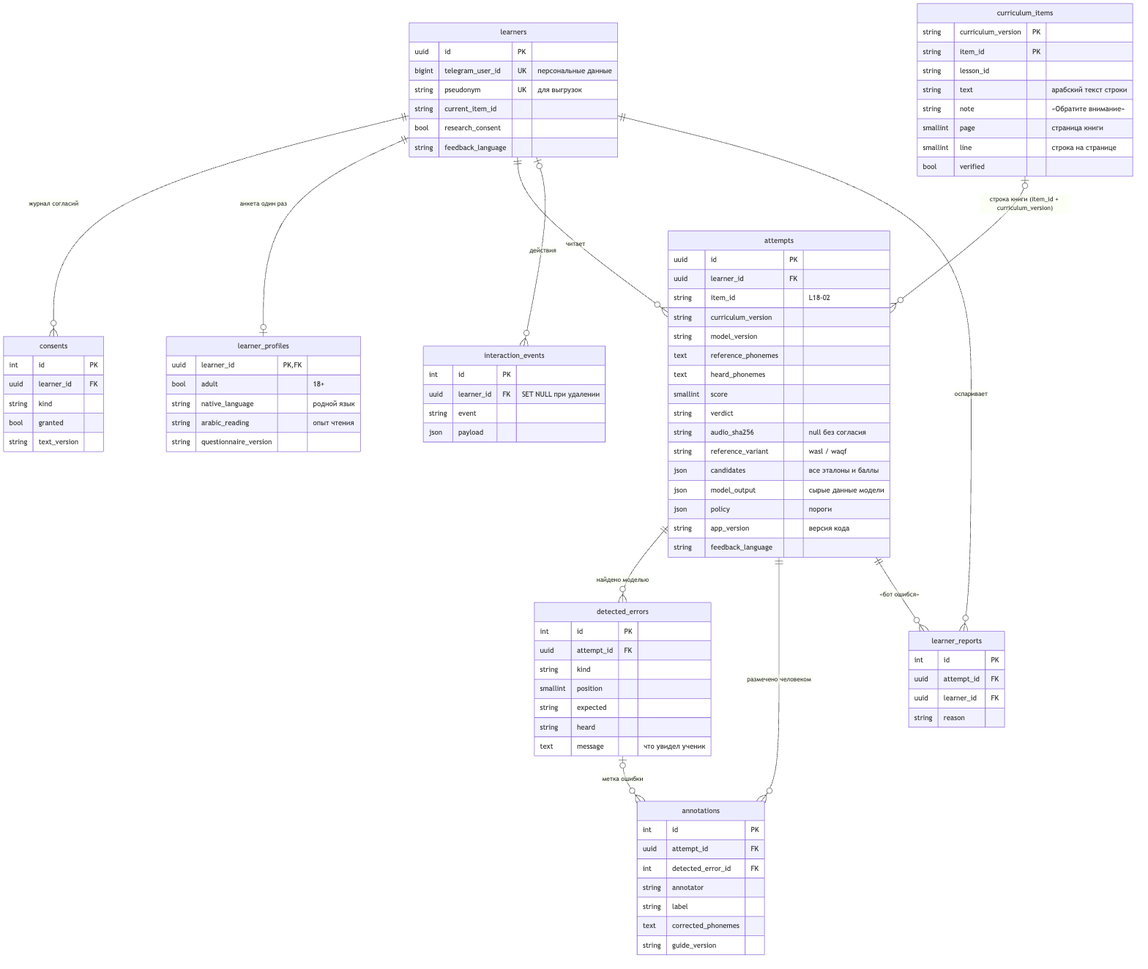
Earlier version of the Mermaid export docs/architecture/diagrams/04-er.png (abdra04-gif/muallim). Its source is kept beside it as docs/architecture/diagrams/04-er.mmd.
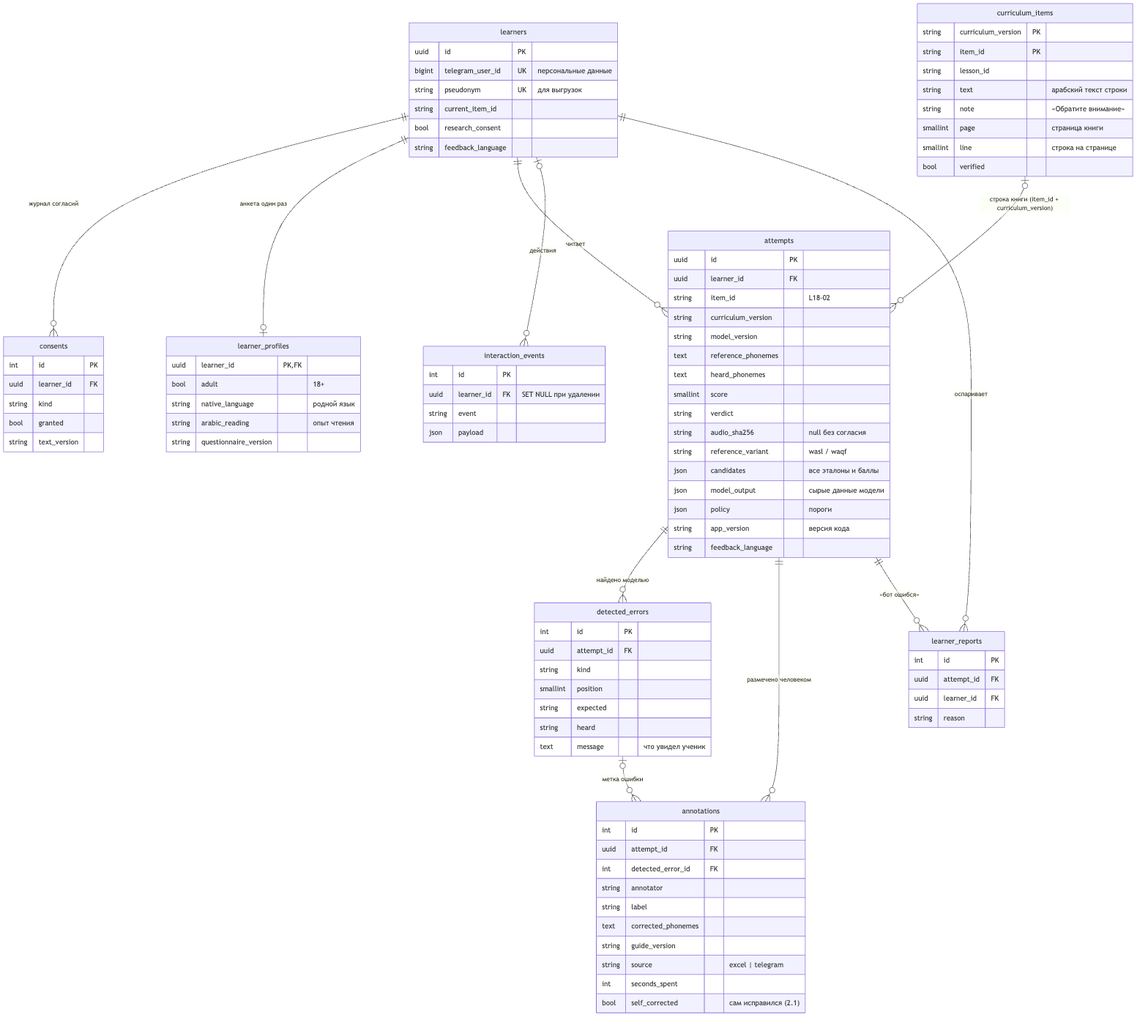
The same diagram one commit later.

The edit, as a diff of the source:
```diff
@@ -83,6 +83,9 @@
         string label
         text corrected_phonemes
         string guide_version
+        string source "excel | telegram"
+        int seconds_spent
+        bool self_corrected "сам исправился (2.1)"
     }
     interaction_events {
         int id PK
```
